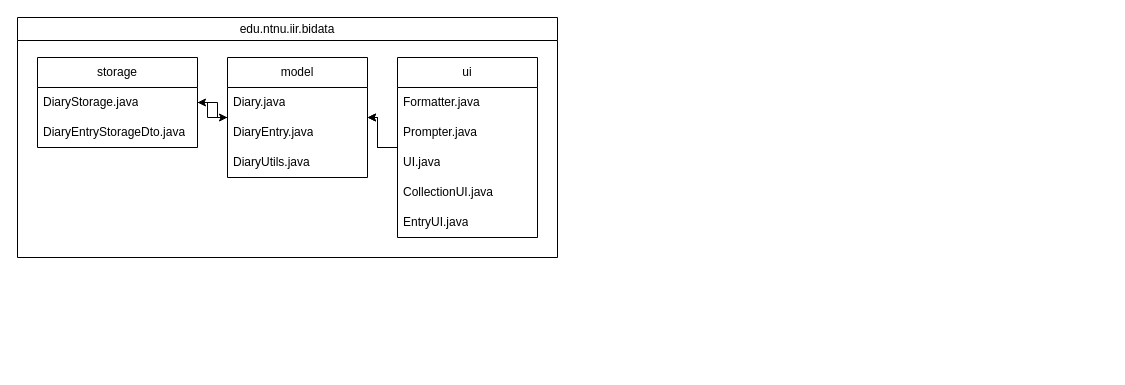
Before: diagrams/ProjectStructureDiagram.drawio in NTNU-IDI/mappe-2025-eliashaugsbakk, a draw.io diagram. Source tidied: cells renumbered, new cells numbered last; positions are measured from the earlier drawing's top-left corner, leaving out a move shared by most shapes. Both pictures are drawn from the tidied source at 100%, with x=0, y=0 at pixel (17, 17).
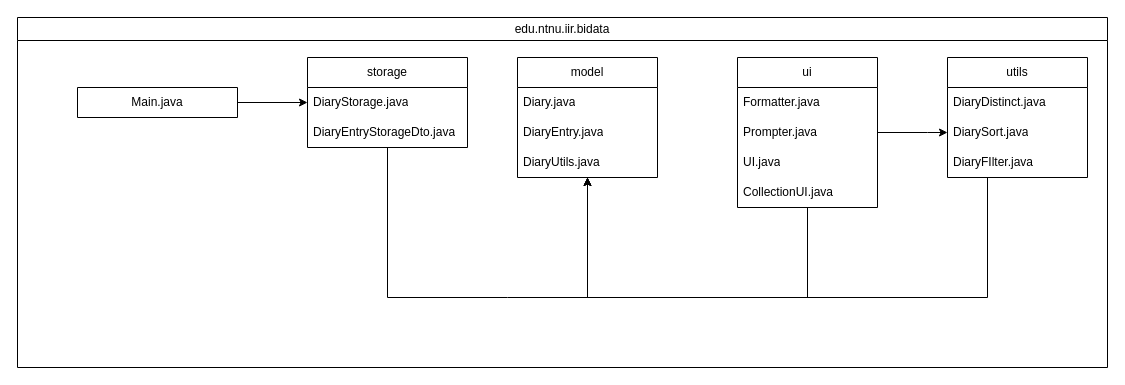
The same diagram, later.

What changed in the source:
```diff
@@
-    <mxCell id="2" style="edgeStyle=orthogonalEdgeStyle;rounded=0;jettySize=auto;html=1;" parent="1" edge="1" source="3" target="7">
-      <mxGeometry relative="1" as="geometry" />
-    </mxCell>
-    <mxCell id="3" value="model" style="swimlane;fontStyle=0;horizontal=1;startSize=30;whiteSpace=wrap;html=1;" parent="1" vertex="1">
-      <mxGeometry x="210" y="40" width="140" height="120" as="geometry" />
-    </mxCell>
-    <mxCell id="4" value="Diary.java" style="text;strokeColor=none;fillColor=none;align=left;verticalAlign=middle;spacingLeft=4;spacingRight=4;overflow=hidden;whiteSpace=wrap;html=1;" parent="3" vertex="1">
-      <mxGeometry y="30" width="140" height="30" as="geometry" />
-    </mxCell>
-    <mxCell id="5" value="DiaryEntry.java" style="text;strokeColor=none;fillColor=none;align=left;verticalAlign=middle;spacingLeft=4;spacingRight=4;overflow=hidden;whiteSpace=wrap;html=1;" parent="3" vertex="1">
-      <mxGeometry y="60" width="140" height="30" as="geometry" />
-    </mxCell>
-    <mxCell id="6" value="DiaryUtils.java" style="text;strokeColor=none;fillColor=none;align=left;verticalAlign=middle;spacingLeft=4;spacingRight=4;overflow=hidden;whiteSpace=wrap;html=1;" parent="3" vertex="1">
-      <mxGeometry y="90" width="140" height="30" as="geometry" />
-    </mxCell>
-    <mxCell id="7" value="storage" style="swimlane;fontStyle=0;horizontal=1;startSize=30;whiteSpace=wrap;html=1;" parent="1" vertex="1">
-      <mxGeometry x="20" y="40" width="160" height="90" as="geometry" />
-    </mxCell>
-    <mxCell id="8" value="DiaryStorage.java" style="text;strokeColor=none;fillColor=none;align=left;verticalAlign=middle;spacingLeft=4;spacingRight=4;overflow=hidden;points=[[0,0.5],[1,0.5]];portConstraint=eastwest;whiteSpace=wrap;html=1;" parent="7" vertex="1">
-      <mxGeometry y="30" width="160" height="30" as="geometry" />
-    </mxCell>
-    <mxCell id="9" value="DiaryEntryStorageDto.java" style="text;strokeColor=none;fillColor=none;align=left;verticalAlign=middle;spacingLeft=4;spacingRight=4;overflow=hidden;whiteSpace=wrap;html=1;" parent="7" vertex="1">
-      <mxGeometry y="60" width="160" height="30" as="geometry" />
-    </mxCell>
-    <mxCell id="10" style="edgeStyle=orthogonalEdgeStyle;rounded=0;jettySize=auto;html=1;" parent="1" edge="1" source="12" target="3">
-      <mxGeometry relative="1" as="geometry" />
-    </mxCell>
-    <mxCell id="11" style="edgeStyle=orthogonalEdgeStyle;rounded=0;jettySize=auto;html=1;" parent="1" edge="1" source="12" target="3">
-      <mxGeometry relative="1" as="geometry" />
-    </mxCell>
+    <mxCell id="18" value="&lt;span style=&quot;font-weight: 400;&quot;&gt;edu.ntnu.iir.bidata&lt;/span&gt;" style="swimlane;whiteSpace=wrap;html=1;" parent="1" vertex="1">
+      <mxGeometry width="1090" height="350" as="geometry" />
+    </mxCell>
+    <mxCell id="20" style="edgeStyle=orthogonalEdgeStyle;rounded=0;jettySize=auto;html=1;" parent="18" edge="1" source="12" target="3">
+      <mxGeometry relative="1" as="geometry">
+        <Array as="points">
+          <mxPoint x="790" y="280" />
+          <mxPoint x="570" y="280" />
+        </Array>
+      </mxGeometry>
+    </mxCell>
+    <mxCell id="21" style="edgeStyle=orthogonalEdgeStyle;rounded=0;jettySize=auto;html=1;" parent="18" edge="1" source="12" target="22">
+      <mxGeometry relative="1" as="geometry">
+        <Array as="points">
+          <mxPoint x="910" y="115" />
+          <mxPoint x="910" y="115" />
+        </Array>
+      </mxGeometry>
+    </mxCell>
-    <mxCell id="12" value="ui" style="swimlane;fontStyle=0;horizontal=1;startSize=30;whiteSpace=wrap;html=1;" parent="1" vertex="1">
-      <mxGeometry x="380" y="40" width="140" height="180" as="geometry" />
+    <mxCell id="12" value="ui" style="swimlane;fontStyle=0;horizontal=1;startSize=30;whiteSpace=wrap;html=1;" parent="18" vertex="1">
+      <mxGeometry x="720" y="40" width="140" height="150" as="geometry" />
     </mxCell>
@@
-    <mxCell id="17" value="EntryUI.java" style="text;strokeColor=none;fillColor=none;align=left;verticalAlign=middle;spacingLeft=4;spacingRight=4;overflow=hidden;whiteSpace=wrap;html=1;" parent="12" vertex="1">
-      <mxGeometry y="150" width="140" height="30" as="geometry" />
-    </mxCell>
-    <mxCell id="18" value="&lt;span style=&quot;font-weight: 400;&quot;&gt;edu.ntnu.iir.bidata&lt;/span&gt;" style="swimlane;whiteSpace=wrap;html=1;" parent="1" vertex="1">
-      <mxGeometry width="540" height="240" as="geometry" />
-    </mxCell>
-    <mxCell id="19" style="edgeStyle=orthogonalEdgeStyle;rounded=0;jettySize=auto;html=1;" parent="1" edge="1" source="8" target="3">
-      <mxGeometry relative="1" as="geometry" />
-    </mxCell>
+    <mxCell id="3" value="model" style="swimlane;fontStyle=0;horizontal=1;startSize=30;whiteSpace=wrap;html=1;" parent="18" vertex="1">
+      <mxGeometry x="500" y="40" width="140" height="120" as="geometry" />
+    </mxCell>
+    <mxCell id="4" value="Diary.java" style="text;strokeColor=none;fillColor=none;align=left;verticalAlign=middle;spacingLeft=4;spacingRight=4;overflow=hidden;whiteSpace=wrap;html=1;" parent="3" vertex="1">
+      <mxGeometry y="30" width="140" height="30" as="geometry" />
+    </mxCell>
+    <mxCell id="5" value="DiaryEntry.java" style="text;strokeColor=none;fillColor=none;align=left;verticalAlign=middle;spacingLeft=4;spacingRight=4;overflow=hidden;whiteSpace=wrap;html=1;" parent="3" vertex="1">
+      <mxGeometry y="60" width="140" height="30" as="geometry" />
+    </mxCell>
+    <mxCell id="6" value="DiaryUtils.java" style="text;strokeColor=none;fillColor=none;align=left;verticalAlign=middle;spacingLeft=4;spacingRight=4;overflow=hidden;whiteSpace=wrap;html=1;" parent="3" vertex="1">
+      <mxGeometry y="90" width="140" height="30" as="geometry" />
+    </mxCell>
+    <mxCell id="22" value="utils" style="swimlane;fontStyle=0;horizontal=1;startSize=30;whiteSpace=wrap;html=1;" parent="18" vertex="1">
+      <mxGeometry x="930" y="40" width="140" height="120" as="geometry" />
+    </mxCell>
+    <mxCell id="23" value="DiaryDistinct.java" style="text;strokeColor=none;fillColor=none;align=left;verticalAlign=middle;spacingLeft=4;spacingRight=4;overflow=hidden;whiteSpace=wrap;html=1;" parent="22" vertex="1">
+      <mxGeometry y="30" width="140" height="30" as="geometry" />
+    </mxCell>
+    <mxCell id="24" value="DiarySort.java" style="text;strokeColor=none;fillColor=none;align=left;verticalAlign=middle;spacingLeft=4;spacingRight=4;overflow=hidden;whiteSpace=wrap;html=1;" parent="22" vertex="1">
+      <mxGeometry y="60" width="140" height="30" as="geometry" />
+    </mxCell>
+    <mxCell id="25" value="DiaryFIlter.java" style="text;strokeColor=none;fillColor=none;align=left;verticalAlign=middle;spacingLeft=4;spacingRight=4;overflow=hidden;whiteSpace=wrap;html=1;" parent="22" vertex="1">
+      <mxGeometry y="90" width="140" height="30" as="geometry" />
+    </mxCell>
+    <mxCell id="26" style="edgeStyle=orthogonalEdgeStyle;rounded=0;jettySize=auto;html=1;" parent="18" edge="1" source="22" target="3">
+      <mxGeometry relative="1" as="geometry">
+        <Array as="points">
+          <mxPoint x="970" y="280" />
+          <mxPoint x="570" y="280" />
+        </Array>
+      </mxGeometry>
+    </mxCell>
+    <mxCell id="7" value="storage" style="swimlane;fontStyle=0;horizontal=1;startSize=30;whiteSpace=wrap;html=1;" parent="18" vertex="1">
+      <mxGeometry x="290" y="40" width="160" height="90" as="geometry" />
+    </mxCell>
+    <mxCell id="8" value="DiaryStorage.java" style="text;strokeColor=none;fillColor=none;align=left;verticalAlign=middle;spacingLeft=4;spacingRight=4;overflow=hidden;points=[[0,0.5],[1,0.5]];portConstraint=eastwest;whiteSpace=wrap;html=1;" parent="7" vertex="1">
+      <mxGeometry y="30" width="160" height="30" as="geometry" />
+    </mxCell>
+    <mxCell id="9" value="DiaryEntryStorageDto.java" style="text;strokeColor=none;fillColor=none;align=left;verticalAlign=middle;spacingLeft=4;spacingRight=4;overflow=hidden;whiteSpace=wrap;html=1;" parent="7" vertex="1">
+      <mxGeometry y="60" width="160" height="30" as="geometry" />
+    </mxCell>
+    <mxCell id="27" style="edgeStyle=orthogonalEdgeStyle;rounded=0;jettySize=auto;html=1;" parent="18" edge="1" source="7" target="3">
+      <mxGeometry relative="1" as="geometry">
+        <Array as="points">
+          <mxPoint x="490" y="280" />
+          <mxPoint x="720" y="280" />
+        </Array>
+      </mxGeometry>
+    </mxCell>
+    <mxCell id="28" style="edgeStyle=orthogonalEdgeStyle;rounded=0;jettySize=auto;html=1;" parent="18" edge="1" source="29" target="7">
+      <mxGeometry relative="1" as="geometry" />
+    </mxCell>
+    <mxCell id="29" value="Main.java" style="swimlane;fontStyle=0;horizontal=1;startSize=30;whiteSpace=wrap;html=1;" parent="18" vertex="1">
+      <mxGeometry x="60" y="70" width="160" height="30" as="geometry" />
+    </mxCell>
```
